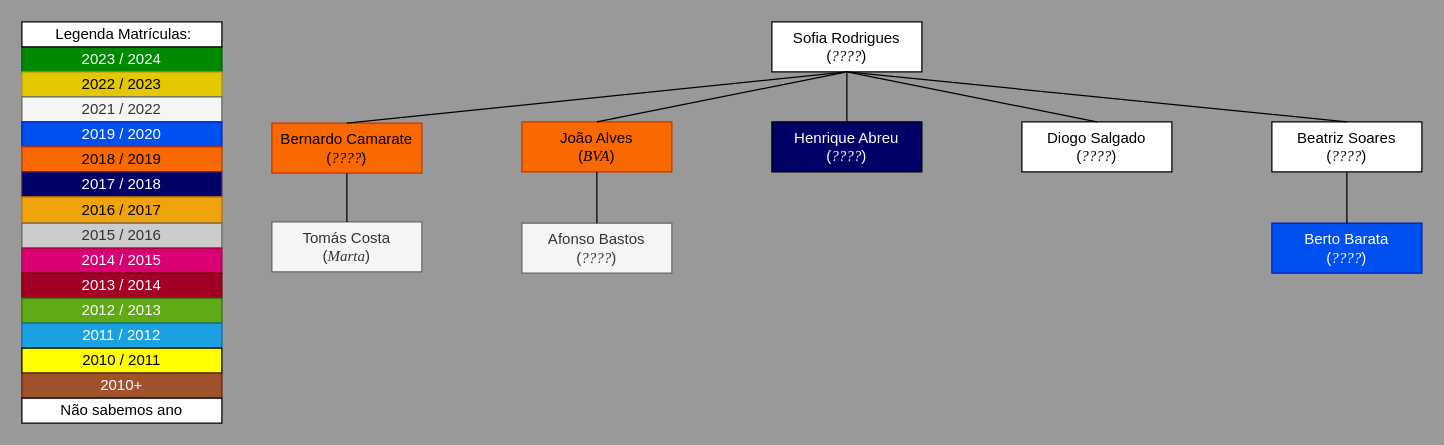
Above: Draw.io/Familia_da_Sofia_Rodrigues.drawio in pdmtmr/PDMTMRTESTLOCATION-AKA-ARBUSTO (draw.io), before the change. Source tidied: cells renumbered, new cells numbered last; positions are measured from the earlier drawing's top-left corner, leaving out a move shared by most shapes. Both pictures are drawn from the tidied source at 125%, with x=0, y=0 at pixel (21, 21).
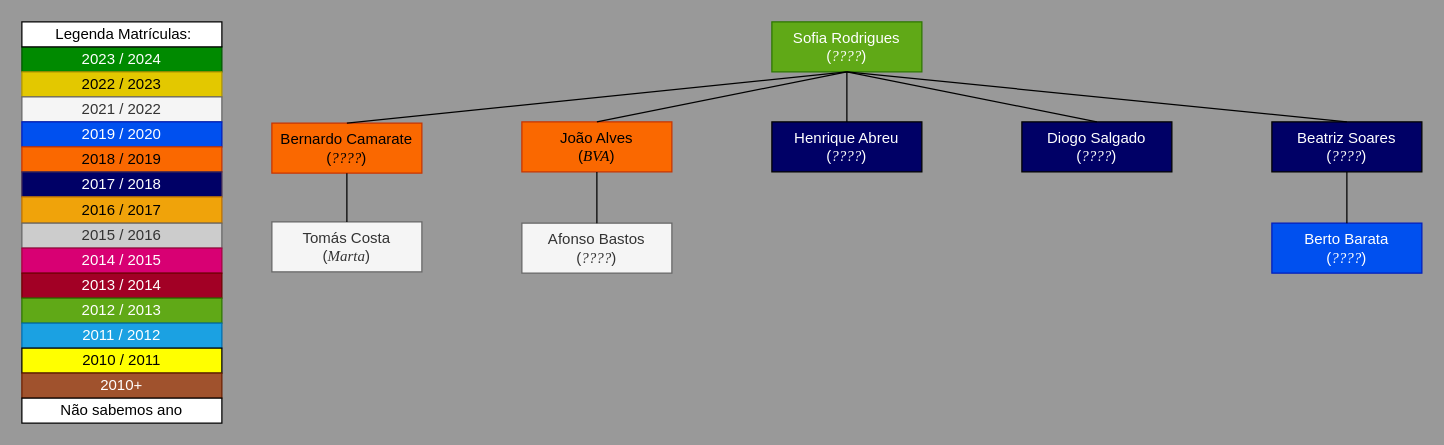
Above is the later version.

Change to the diagram source:
```diff
@@
-    <mxCell id="18" value="&lt;div&gt;&lt;span style=&quot;background-color: initial;&quot;&gt;Sofia Rodrigues&lt;/span&gt;&lt;/div&gt;&lt;div&gt;&lt;span style=&quot;background-color: initial;&quot;&gt;(&lt;/span&gt;&lt;i style=&quot;background-color: initial;&quot;&gt;&lt;font face=&quot;Times New Roman&quot;&gt;????&lt;/font&gt;&lt;/i&gt;&lt;span style=&quot;background-color: initial;&quot;&gt;)&lt;/span&gt;&lt;/div&gt;" style="rounded=0;whiteSpace=wrap;html=1;" parent="1" vertex="1">
+    <mxCell id="18" value="&lt;div&gt;&lt;span style=&quot;background-color: initial;&quot;&gt;Sofia Rodrigues&lt;/span&gt;&lt;/div&gt;&lt;div&gt;&lt;span style=&quot;background-color: initial;&quot;&gt;(&lt;/span&gt;&lt;i style=&quot;background-color: initial;&quot;&gt;&lt;font face=&quot;Times New Roman&quot;&gt;????&lt;/font&gt;&lt;/i&gt;&lt;span style=&quot;background-color: initial;&quot;&gt;)&lt;/span&gt;&lt;/div&gt;" style="rounded=0;whiteSpace=wrap;html=1;fillColor=#60a917;fontColor=#ffffff;strokeColor=#2D7600;" parent="1" vertex="1">
       <mxGeometry x="600" width="120" height="40" as="geometry" />
     </mxCell>
@@
-    <mxCell id="23" value="&lt;div&gt;&lt;span style=&quot;background-color: initial;&quot;&gt;Beatriz Soares&lt;/span&gt;&lt;/div&gt;&lt;div&gt;&lt;span style=&quot;background-color: initial;&quot;&gt;(&lt;/span&gt;&lt;i style=&quot;background-color: initial;&quot;&gt;&lt;font face=&quot;Times New Roman&quot;&gt;????&lt;/font&gt;&lt;/i&gt;&lt;span style=&quot;background-color: initial;&quot;&gt;)&lt;/span&gt;&lt;/div&gt;" style="rounded=0;whiteSpace=wrap;html=1;" parent="1" vertex="1">
+    <mxCell id="23" value="&lt;div&gt;&lt;span style=&quot;background-color: initial;&quot;&gt;Beatriz Soares&lt;/span&gt;&lt;/div&gt;&lt;div&gt;&lt;span style=&quot;background-color: initial;&quot;&gt;(&lt;/span&gt;&lt;i style=&quot;background-color: initial;&quot;&gt;&lt;font face=&quot;Times New Roman&quot;&gt;????&lt;/font&gt;&lt;/i&gt;&lt;span style=&quot;background-color: initial;&quot;&gt;)&lt;/span&gt;&lt;/div&gt;" style="rounded=0;whiteSpace=wrap;html=1;fillColor=#000066;fontColor=#FFFFFF;" parent="1" vertex="1">
       <mxGeometry x="1000" y="80" width="120" height="40" as="geometry" />
     </mxCell>
@@
-    <mxCell id="28" value="&lt;div&gt;Diogo Salgado&lt;/div&gt;&lt;div&gt;&lt;span style=&quot;background-color: initial;&quot;&gt;(&lt;font face=&quot;Times New Roman&quot;&gt;&lt;i&gt;????&lt;/i&gt;&lt;/font&gt;&lt;/span&gt;&lt;span style=&quot;background-color: initial;&quot;&gt;)&lt;/span&gt;&lt;/div&gt;" style="rounded=0;whiteSpace=wrap;html=1;" parent="1" vertex="1">
+    <mxCell id="28" value="&lt;div&gt;Diogo Salgado&lt;/div&gt;&lt;div&gt;&lt;span style=&quot;background-color: initial;&quot;&gt;(&lt;font face=&quot;Times New Roman&quot;&gt;&lt;i&gt;????&lt;/i&gt;&lt;/font&gt;&lt;/span&gt;&lt;span style=&quot;background-color: initial;&quot;&gt;)&lt;/span&gt;&lt;/div&gt;" style="rounded=0;whiteSpace=wrap;html=1;fillColor=#000066;fontColor=#FFFFFF;" parent="1" vertex="1">
       <mxGeometry x="800" y="80" width="120" height="40" as="geometry" />
     </mxCell>
```
